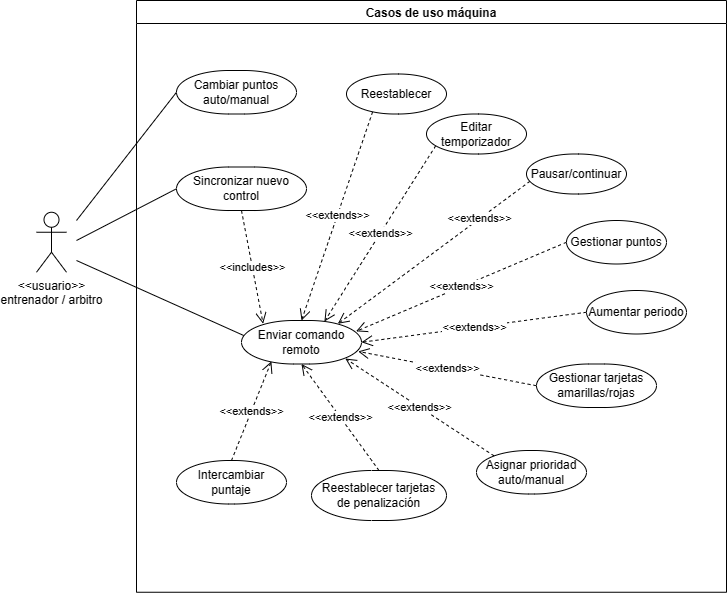
Earlier version of the draw.io export Requirements/casos_de_uso_maquina.png (Diego-Hiriart/Capstone_Hiriart-Corales-Samaniego). Source tidied: cells renumbered, new cells last; positions are measured from the earlier drawing's top-left corner, leaving out a move shared by most shapes.
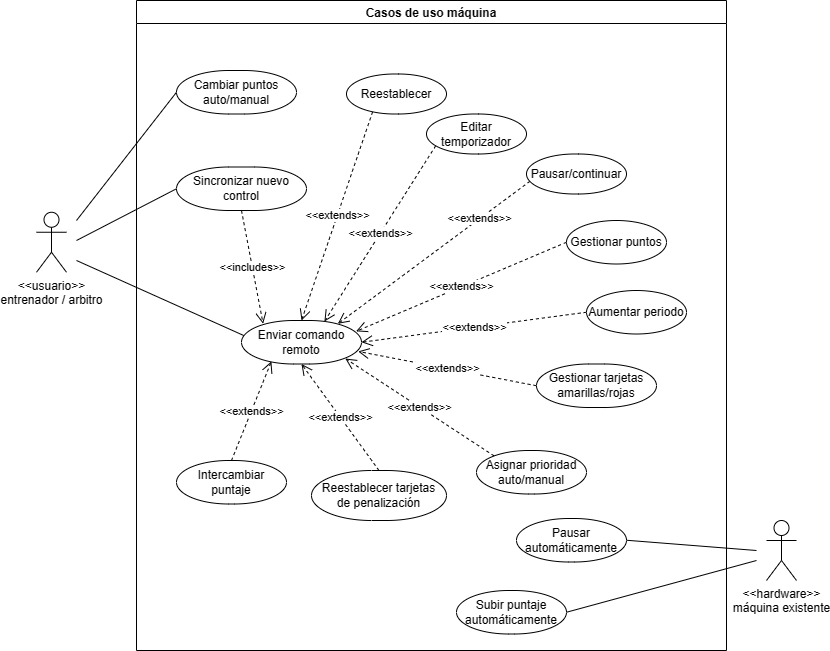
Later version of the same file.

The edit, as a diff of the source:
```diff
@@ -3,7 +3,7 @@
     <mxCell id="0" />
     <mxCell id="1" parent="0" />
     <mxCell id="2" value="Casos de uso máquina" style="swimlane;fillStyle=solid;swimlaneFillColor=default;" parent="1" vertex="1">
-      <mxGeometry x="100" width="590" height="591.8" as="geometry" />
+      <mxGeometry x="100" width="590" height="650" as="geometry" />
     </mxCell>
     <mxCell id="3" value="Reestablecer tarjetas &lt;br&gt;de penalización" style="rounded=1;whiteSpace=wrap;html=1;perimeterSpacing=0;arcSize=120;" parent="2" vertex="1">
       <mxGeometry x="175" y="470" width="135" height="50" as="geometry" />
@@ -11,6 +11,22 @@
     <mxCell id="4" value="Asignar prioridad auto/manual" style="rounded=1;whiteSpace=wrap;html=1;perimeterSpacing=0;arcSize=120;" parent="2" vertex="1">
       <mxGeometry x="340" y="450" width="110" height="43.5" as="geometry" />
     </mxCell>
+    <mxCell id="29" style="rounded=0;jettySize=auto;html=1;exitX=1;exitY=0.5;exitDx=0;exitDy=0;endArrow=none;endFill=0;" parent="2" edge="1" source="30">
+      <mxGeometry relative="1" as="geometry">
+        <mxPoint x="620" y="550" as="targetPoint" />
+      </mxGeometry>
+    </mxCell>
+    <mxCell id="30" value="Pausar automáticamente" style="rounded=1;whiteSpace=wrap;html=1;perimeterSpacing=0;arcSize=120;" parent="2" vertex="1">
+      <mxGeometry x="380" y="518" width="110" height="43.5" as="geometry" />
+    </mxCell>
+    <mxCell id="31" style="rounded=0;jettySize=auto;html=1;exitX=1;exitY=0.5;exitDx=0;exitDy=0;endArrow=none;endFill=0;" parent="2" edge="1" source="32">
+      <mxGeometry relative="1" as="geometry">
+        <mxPoint x="620" y="560" as="targetPoint" />
+      </mxGeometry>
+    </mxCell>
+    <mxCell id="32" value="Subir puntaje automáticamente" style="rounded=1;whiteSpace=wrap;html=1;perimeterSpacing=0;arcSize=120;" parent="2" vertex="1">
+      <mxGeometry x="320" y="590" width="110" height="43.5" as="geometry" />
+    </mxCell>
     <mxCell id="5" style="rounded=0;jettySize=auto;html=1;entryX=0;entryY=0.5;entryDx=0;entryDy=0;jumpStyle=arc;endArrow=none;endFill=0;" parent="1" edge="1" target="22">
       <mxGeometry relative="1" as="geometry">
         <mxPoint x="40" y="240" as="sourcePoint" />
@@ -89,5 +105,8 @@
     <mxCell id="28" value="Gestionar tarjetas amarillas/rojas" style="rounded=1;whiteSpace=wrap;html=1;perimeterSpacing=0;arcSize=120;" parent="1" vertex="1">
       <mxGeometry x="500" y="363.5" width="120" height="43.5" as="geometry" />
     </mxCell>
+    <mxCell id="33" value="&amp;lt;&amp;lt;hardware&amp;gt;&amp;gt;&lt;br&gt;máquina existente" style="shape=umlActor;verticalLabelPosition=bottom;verticalAlign=top;html=1;" parent="1" vertex="1">
+      <mxGeometry x="730" y="520" width="30" height="60" as="geometry" />
+    </mxCell>
   </root>
 </mxGraphModel>
```
